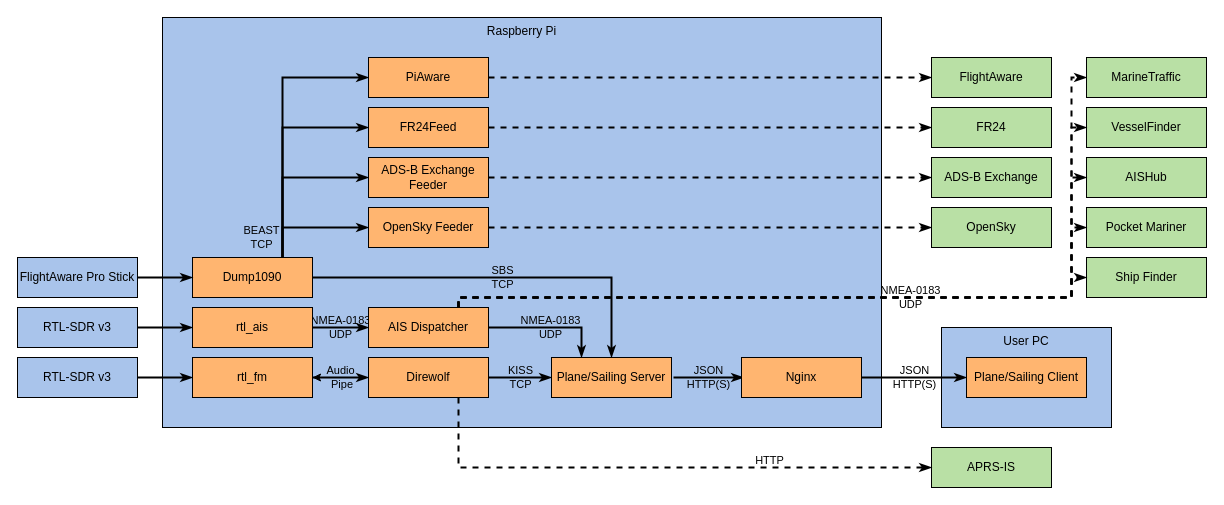
Earlier version of the draw.io diagram page "Software and Data Flow" (3 of 3) of hardware/planesailing/arch.drawio (ianrenton/ianrenton.com). Source tidied: cells renumbered, new cells numbered last; positions are measured from the earlier drawing's top-left corner, leaving out a move shared by most shapes. Both pictures are drawn from the tidied source at 100%, with x=0, y=0 at pixel (17, 17).
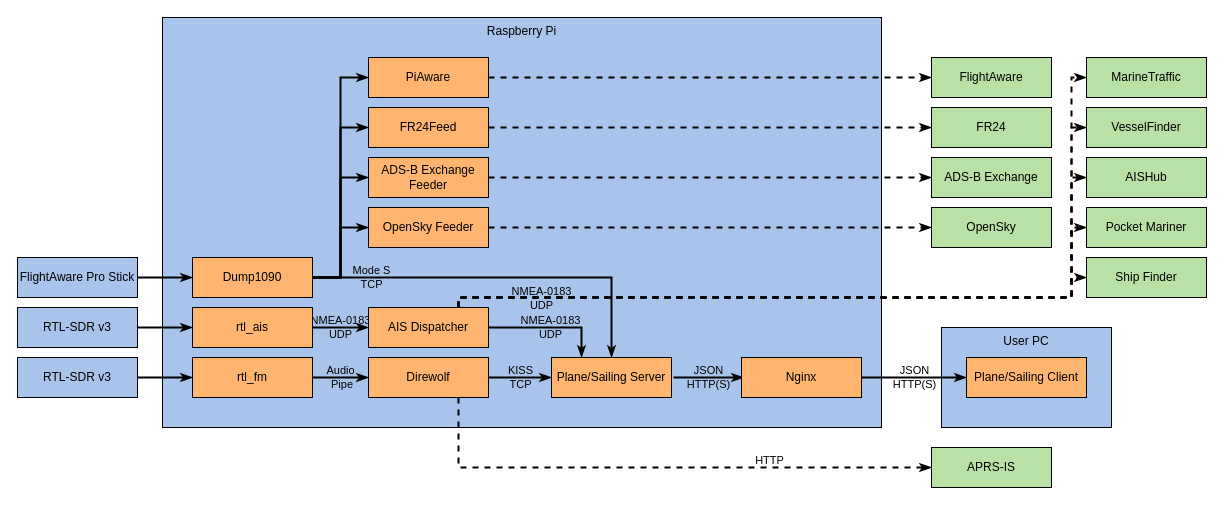
Above is the later version.

Commit message (it also covers changes not shown here):
Change plane sailing from using SBS to Mode S

The change refers to these unchanged cells:
```xml
<mxCell id="14" value="Dump1090" style="rounded=0;whiteSpace=wrap;html=1;fillColor=#FFB570;" parent="1" vertex="1">
  <mxGeometry x="175" y="240" width="120" height="40" as="geometry" />
</mxCell>
<mxCell id="18" value="rtl_fm" style="rounded=0;whiteSpace=wrap;html=1;fillColor=#FFB570;" parent="1" vertex="1">
  <mxGeometry x="175" y="340" width="120" height="40" as="geometry" />
</mxCell>
<mxCell id="24" value="Direwolf" style="rounded=0;whiteSpace=wrap;html=1;fillColor=#FFB570;" parent="1" vertex="1">
  <mxGeometry x="351" y="340" width="120" height="40" as="geometry" />
</mxCell>
<mxCell id="26" value="ADS-B Exchange Feeder" style="rounded=0;whiteSpace=wrap;html=1;fillColor=#FFB570;" parent="1" vertex="1">
  <mxGeometry x="351" y="140" width="120" height="40" as="geometry" />
</mxCell>
<mxCell id="28" value="OpenSky Feeder" style="rounded=0;whiteSpace=wrap;html=1;fillColor=#FFB570;" parent="1" vertex="1">
  <mxGeometry x="351" y="190" width="120" height="40" as="geometry" />
</mxCell>
<mxCell id="30" value="PiAware" style="rounded=0;whiteSpace=wrap;html=1;fillColor=#FFB570;" parent="1" vertex="1">
  <mxGeometry x="351" y="40" width="120" height="40" as="geometry" />
</mxCell>
<mxCell id="32" value="FR24Feed" style="rounded=0;whiteSpace=wrap;html=1;fillColor=#FFB570;" parent="1" vertex="1">
  <mxGeometry x="351" y="90" width="120" height="40" as="geometry" />
</mxCell>
<mxCell id="34" value="Plane/Sailing Server" style="rounded=0;whiteSpace=wrap;html=1;fillColor=#FFB570;" parent="1" vertex="1">
  <mxGeometry x="534" y="340" width="120" height="40" as="geometry" />
</mxCell>
<mxCell id="51" style="edgeStyle=orthogonalEdgeStyle;rounded=0;jettySize=auto;html=1;exitX=0.75;exitY=0;exitDx=0;exitDy=0;entryX=0;entryY=0.5;entryDx=0;entryDy=0;dashed=1;labelBackgroundColor=none;endArrow=classicThin;endFill=1;strokeWidth=2;" parent="1" edge="1" target="47">
  <mxGeometry relative="1" as="geometry">
    <mxPoint x="441" y="290" as="sourcePoint" />
    <Array as="points">
      <mxPoint x="441" y="280" />
      <mxPoint x="1054" y="280" />
      <mxPoint x="1054" y="260" />
    </Array>
  </mxGeometry>
</mxCell>
```

The edit, as a diff of the source:
```diff
@@
-    <mxCell id="9" style="edgeStyle=orthogonalEdgeStyle;rounded=0;jettySize=auto;html=1;exitX=0.75;exitY=0;exitDx=0;exitDy=0;entryX=0;entryY=0.5;entryDx=0;entryDy=0;endArrow=classicThin;endFill=1;strokeWidth=2;" parent="1" edge="1" source="14" target="30">
+    <mxCell id="9" style="edgeStyle=orthogonalEdgeStyle;rounded=0;jettySize=auto;html=1;exitX=1;exitY=0.5;exitDx=0;exitDy=0;entryX=0;entryY=0.5;entryDx=0;entryDy=0;endArrow=classicThin;endFill=1;strokeWidth=2;" parent="1" edge="1" source="14" target="30">
       <mxGeometry relative="1" as="geometry" />
     </mxCell>
-    <mxCell id="10" style="edgeStyle=orthogonalEdgeStyle;rounded=0;jettySize=auto;html=1;exitX=0.75;exitY=0;exitDx=0;exitDy=0;entryX=0;entryY=0.5;entryDx=0;entryDy=0;endArrow=classicThin;endFill=1;strokeWidth=2;" parent="1" edge="1" source="14" target="32">
+    <mxCell id="10" style="edgeStyle=orthogonalEdgeStyle;rounded=0;jettySize=auto;html=1;exitX=1;exitY=0.5;exitDx=0;exitDy=0;entryX=0;entryY=0.5;entryDx=0;entryDy=0;endArrow=classicThin;endFill=1;strokeWidth=2;" parent="1" edge="1" source="14" target="32">
       <mxGeometry relative="1" as="geometry" />
     </mxCell>
-    <mxCell id="11" style="edgeStyle=orthogonalEdgeStyle;rounded=0;jettySize=auto;html=1;exitX=0.75;exitY=0;exitDx=0;exitDy=0;entryX=0;entryY=0.5;entryDx=0;entryDy=0;endArrow=classicThin;endFill=1;strokeWidth=2;" parent="1" edge="1" source="14" target="26">
+    <mxCell id="11" style="edgeStyle=orthogonalEdgeStyle;rounded=0;jettySize=auto;html=1;exitX=1;exitY=0.5;exitDx=0;exitDy=0;entryX=0;entryY=0.5;entryDx=0;entryDy=0;endArrow=classicThin;endFill=1;strokeWidth=2;" parent="1" edge="1" source="14" target="26">
       <mxGeometry relative="1" as="geometry" />
     </mxCell>
-    <mxCell id="12" value="&lt;div&gt;BEAST&lt;/div&gt;TCP" style="edgeStyle=orthogonalEdgeStyle;rounded=0;jettySize=auto;html=1;exitX=0.75;exitY=0;exitDx=0;exitDy=0;entryX=0;entryY=0.5;entryDx=0;entryDy=0;endArrow=classicThin;endFill=1;strokeWidth=2;labelBackgroundColor=none;" parent="1" edge="1" source="14" target="28">
-      <mxGeometry x="-0.66" y="21" relative="1" as="geometry" />
+    <mxCell id="12" style="edgeStyle=orthogonalEdgeStyle;rounded=0;jettySize=auto;html=1;exitX=1;exitY=0.5;exitDx=0;exitDy=0;entryX=0;entryY=0.5;entryDx=0;entryDy=0;endArrow=classicThin;endFill=1;strokeWidth=2;labelBackgroundColor=none;" parent="1" edge="1" source="14" target="28">
+      <mxGeometry x="0.28" y="28" relative="1" as="geometry" />
     </mxCell>
-    <mxCell id="13" value="&lt;div&gt;SBS&lt;/div&gt;&lt;div&gt;TCP&lt;br&gt;&lt;/div&gt;" style="edgeStyle=orthogonalEdgeStyle;rounded=0;jettySize=auto;html=1;exitX=1;exitY=0.5;exitDx=0;exitDy=0;entryX=0.5;entryY=0;entryDx=0;entryDy=0;endArrow=classicThin;endFill=1;strokeWidth=2;labelBackgroundColor=none;" parent="1" edge="1" source="14" target="34">
-      <mxGeometry relative="1" as="geometry" />
+    <mxCell id="13" value="&lt;div&gt;Mode S&lt;/div&gt;&lt;div&gt;TCP&lt;br&gt;&lt;/div&gt;" style="edgeStyle=orthogonalEdgeStyle;rounded=0;jettySize=auto;html=1;exitX=1;exitY=0.5;exitDx=0;exitDy=0;entryX=0.5;entryY=0;entryDx=0;entryDy=0;endArrow=classicThin;endFill=1;strokeWidth=2;labelBackgroundColor=none;" parent="1" edge="1" source="14" target="34">
+      <mxGeometry x="-0.69" relative="1" as="geometry" />
     </mxCell>
@@
-    <mxCell id="23" style="edgeStyle=orthogonalEdgeStyle;rounded=0;jettySize=auto;html=1;" parent="1" edge="1" source="24" target="18">
-      <mxGeometry relative="1" as="geometry" />
-    </mxCell>
@@
     <mxCell id="52" value="&lt;div&gt;NMEA-0183&lt;/div&gt;&lt;div&gt;UDP&lt;br&gt;&lt;/div&gt;" style="edgeLabel;html=1;align=center;verticalAlign=middle;labelBackgroundColor=none;" parent="51" vertex="1">
-      <mxGeometry x="0.4" y="1" relative="1" as="geometry" />
+      <mxGeometry x="0.4" y="1" relative="1" as="geometry">
+        <mxPoint x="-369" y="1" as="offset" />
+      </mxGeometry>
     </mxCell>
```
